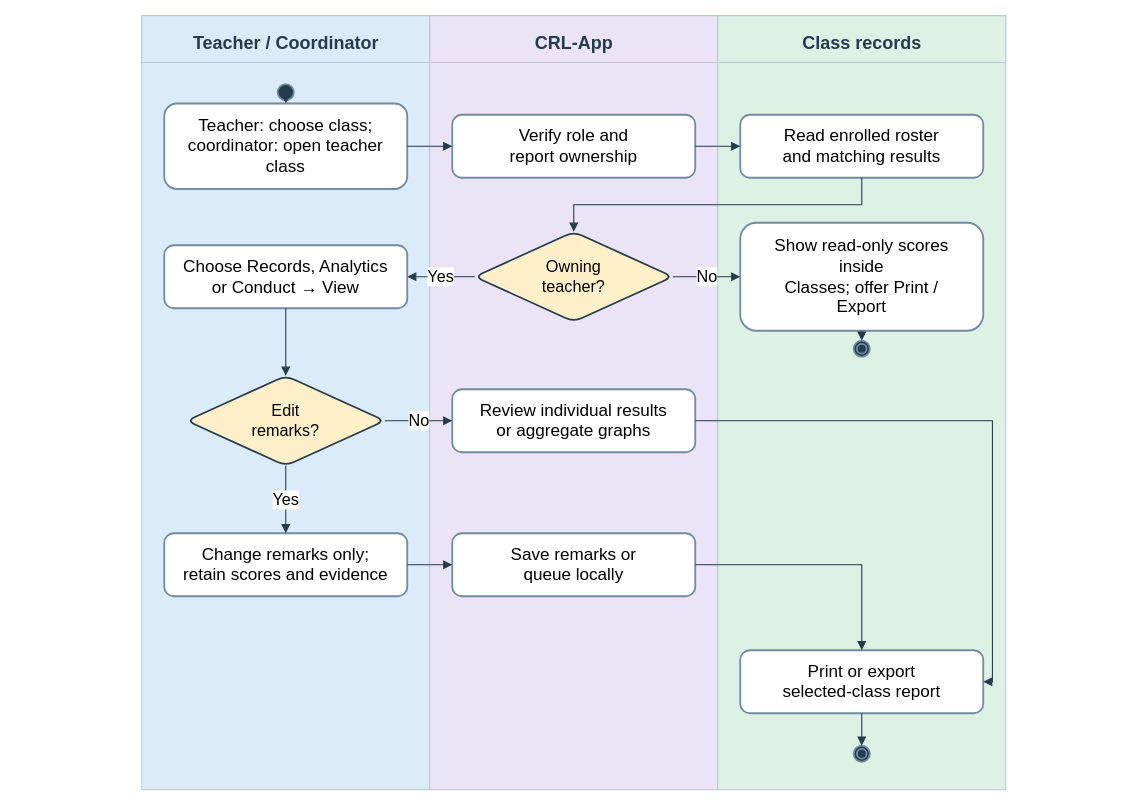
Before: docs/diagrams/class-workspaces/figure-16-records-reports.drawio in AkuSayangKamuJudaSayang/crl-app, a draw.io diagram. Source tidied: cells renumbered, new cells numbered last; positions are measured from the earlier drawing's top-left corner, leaving out a move shared by most shapes. Both pictures are drawn from the tidied source at 90%, with x=0, y=0 at pixel (15, 15).
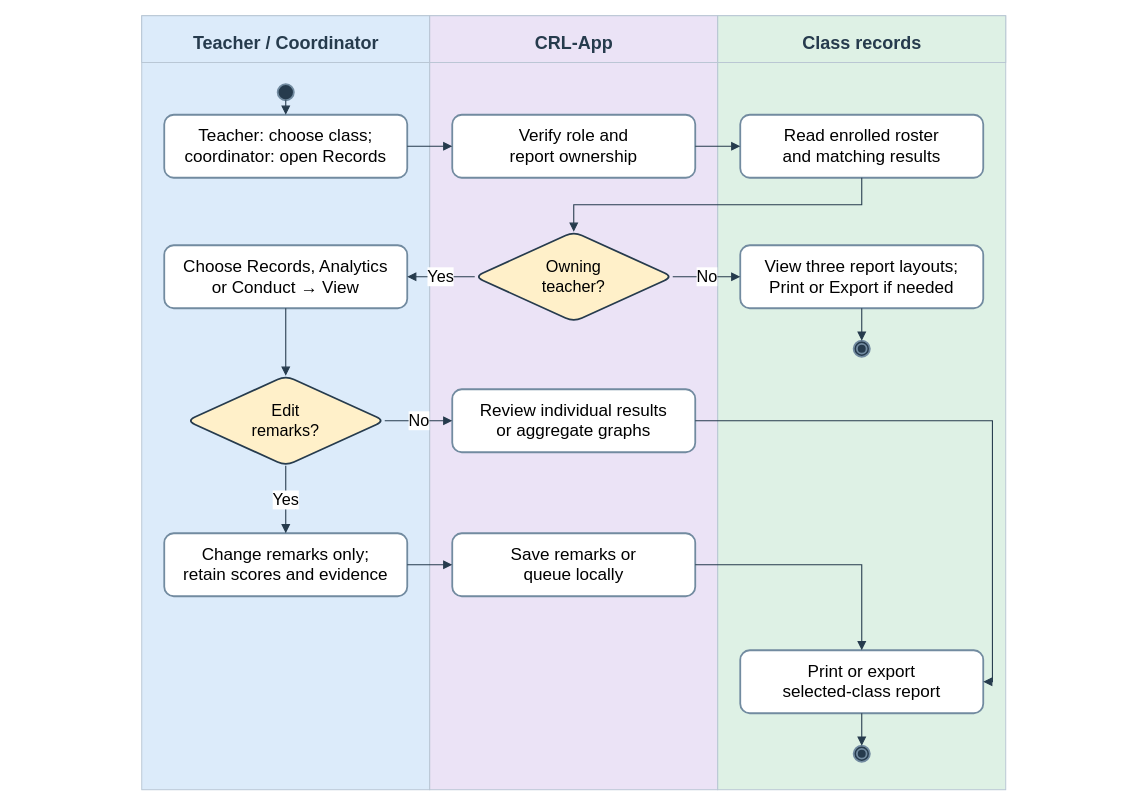
Above is the later version.

The edit, as a diff of the source:
```diff
@@
-    <mxCell id="12" value="Teacher: choose class;&lt;br&gt;coordinator: open teacher&lt;br&gt;class" style="rounded=1;whiteSpace=wrap;html=1;fontFamily=Arial;fillColor=#ffffff;strokeColor=#728ba0;strokeWidth=2;fontSize=19;" parent="1" vertex="1">
-      <mxGeometry x="165" y="97.5" width="270" height="95" as="geometry" />
+    <mxCell id="12" value="Teacher: choose class;&lt;br&gt;coordinator: open Records" style="rounded=1;whiteSpace=wrap;html=1;fontFamily=Arial;fillColor=#ffffff;strokeColor=#728ba0;strokeWidth=2;fontSize=19;" parent="1" vertex="1">
+      <mxGeometry x="165" y="110" width="270" height="70" as="geometry" />
     </mxCell>
@@
-    <mxCell id="16" value="Show read-only scores&lt;br&gt;inside&lt;br&gt;Classes; offer Print /&lt;br&gt;Export" style="rounded=1;whiteSpace=wrap;html=1;fontFamily=Arial;fillColor=#ffffff;strokeColor=#728ba0;strokeWidth=2;fontSize=19;" parent="1" vertex="1">
-      <mxGeometry x="805" y="230" width="270" height="120" as="geometry" />
+    <mxCell id="16" value="View three report layouts;&lt;br&gt;Print or Export if needed" style="rounded=1;whiteSpace=wrap;html=1;fontFamily=Arial;fillColor=#ffffff;strokeColor=#728ba0;strokeWidth=2;fontSize=19;" parent="1" vertex="1">
+      <mxGeometry x="805" y="255" width="270" height="70" as="geometry" />
     </mxCell>
```
